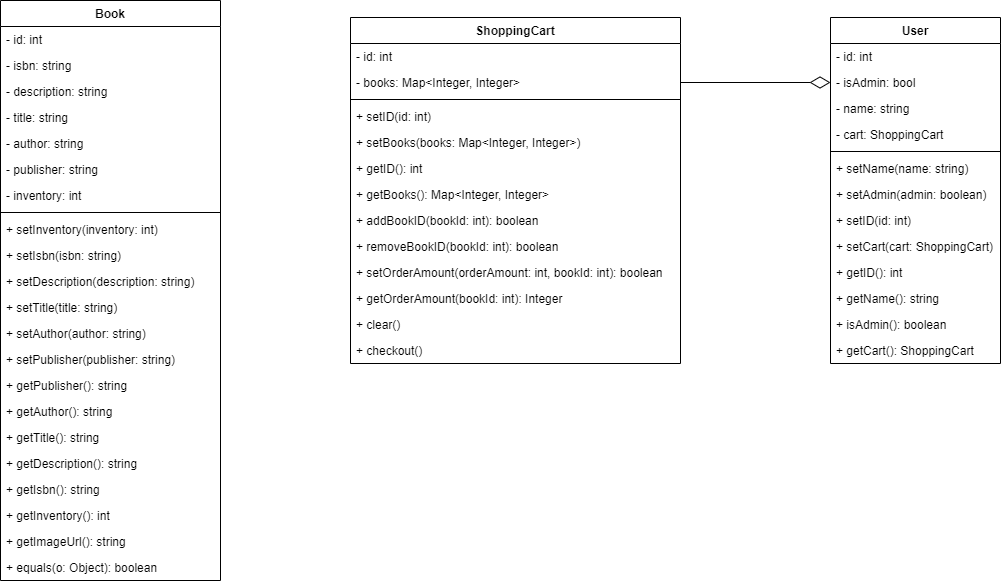
This is doc/class_diagram.png from CarletonU-2223-SAV/SYSC4806-Project, a draw.io export, as it was before one commit. Source tidied: cells renumbered, new cells last; positions are measured from the earlier drawing's top-left corner, leaving out a move shared by most shapes.
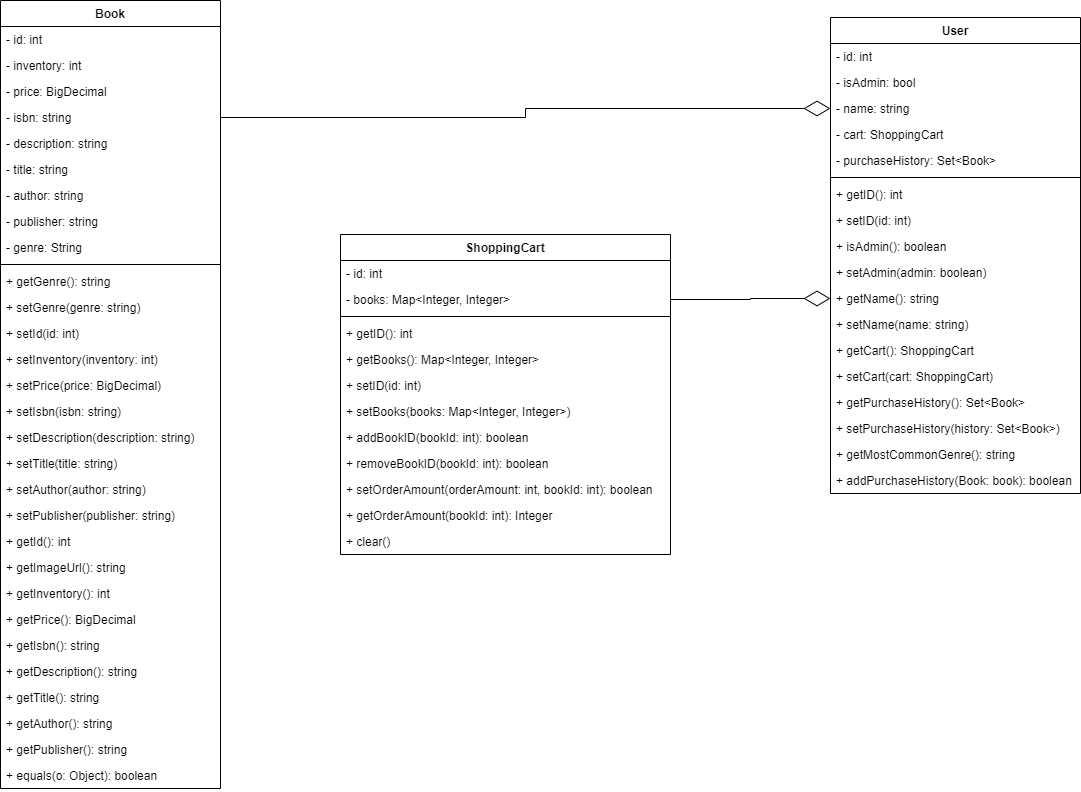
Later version of the same file.

Commit message:
Update readme and diagrams for milestone 2 (#43)

Change to the diagram source:
```diff
@@ -5,3 +5,3 @@
     <mxCell id="2" value="Book" style="swimlane;fontStyle=1;align=center;verticalAlign=top;horizontal=1;startSize=26;" parent="1" vertex="1">
-      <mxGeometry width="220" height="580" as="geometry" />
+      <mxGeometry width="220" height="788" as="geometry" />
     </mxCell>
@@ -10,67 +10,91 @@
     </mxCell>
+    <mxCell id="9" value="- inventory: int" style="text;strokeColor=none;fillColor=none;align=left;verticalAlign=top;spacingLeft=4;spacingRight=4;overflow=hidden;" parent="2" vertex="1">
+      <mxGeometry y="52" width="220" height="26" as="geometry" />
+    </mxCell>
+    <mxCell id="54" value="- price: BigDecimal" style="text;strokeColor=none;fillColor=none;align=left;verticalAlign=top;spacingLeft=4;spacingRight=4;overflow=hidden;" parent="2" vertex="1">
+      <mxGeometry y="78" width="220" height="26" as="geometry" />
+    </mxCell>
     <mxCell id="4" value="- isbn: string" style="text;strokeColor=none;fillColor=none;align=left;verticalAlign=top;spacingLeft=4;spacingRight=4;overflow=hidden;points=[[0,0.5],[1,0.5]];portConstraint=eastwest;" parent="2" vertex="1">
-      <mxGeometry y="52" width="220" height="26" as="geometry" />
+      <mxGeometry y="104" width="220" height="26" as="geometry" />
     </mxCell>
     <mxCell id="5" value="- description: string" style="text;strokeColor=none;fillColor=none;align=left;verticalAlign=top;spacingLeft=4;spacingRight=4;overflow=hidden;" parent="2" vertex="1">
-      <mxGeometry y="78" width="220" height="26" as="geometry" />
+      <mxGeometry y="130" width="220" height="26" as="geometry" />
     </mxCell>
     <mxCell id="6" value="- title: string" style="text;strokeColor=none;fillColor=none;align=left;verticalAlign=top;spacingLeft=4;spacingRight=4;overflow=hidden;" parent="2" vertex="1">
-      <mxGeometry y="104" width="220" height="26" as="geometry" />
+      <mxGeometry y="156" width="220" height="26" as="geometry" />
     </mxCell>
     <mxCell id="7" value="- author: string" style="text;strokeColor=none;fillColor=none;align=left;verticalAlign=top;spacingLeft=4;spacingRight=4;overflow=hidden;" parent="2" vertex="1">
-      <mxGeometry y="130" width="220" height="26" as="geometry" />
+      <mxGeometry y="182" width="220" height="26" as="geometry" />
     </mxCell>
     <mxCell id="8" value="- publisher: string" style="text;strokeColor=none;fillColor=none;align=left;verticalAlign=top;spacingLeft=4;spacingRight=4;overflow=hidden;" parent="2" vertex="1">
-      <mxGeometry y="156" width="220" height="26" as="geometry" />
+      <mxGeometry y="208" width="220" height="26" as="geometry" />
     </mxCell>
-    <mxCell id="9" value="- inventory: int" style="text;strokeColor=none;fillColor=none;align=left;verticalAlign=top;spacingLeft=4;spacingRight=4;overflow=hidden;" parent="2" vertex="1">
-      <mxGeometry y="182" width="220" height="26" as="geometry" />
-    </mxCell>
+    <mxCell id="55" value="- genre: String" style="text;strokeColor=none;fillColor=none;align=left;verticalAlign=top;spacingLeft=4;spacingRight=4;overflow=hidden;" parent="2" vertex="1">
+      <mxGeometry y="234" width="220" height="26" as="geometry" />
+    </mxCell>
     <mxCell id="10" style="line;strokeWidth=1;fillColor=none;align=left;verticalAlign=middle;spacingTop=-1;spacingLeft=3;spacingRight=3;labelPosition=right;" parent="2" vertex="1">
-      <mxGeometry y="208" width="220" height="8" as="geometry" />
+      <mxGeometry y="260" width="220" height="8" as="geometry" />
     </mxCell>
+    <mxCell id="56" value="+ getGenre(): string" style="text;strokeColor=none;fillColor=none;align=left;verticalAlign=top;spacingLeft=4;spacingRight=4;overflow=hidden;" parent="2" vertex="1">
+      <mxGeometry y="268" width="220" height="26" as="geometry" />
+    </mxCell>
+    <mxCell id="57" value="+ setGenre(genre: string)" style="text;strokeColor=none;fillColor=none;align=left;verticalAlign=top;spacingLeft=4;spacingRight=4;overflow=hidden;" parent="2" vertex="1">
+      <mxGeometry y="294" width="220" height="26" as="geometry" />
+    </mxCell>
+    <mxCell id="58" value="+ setId(id: int)" style="text;strokeColor=none;fillColor=none;align=left;verticalAlign=top;spacingLeft=4;spacingRight=4;overflow=hidden;" parent="2" vertex="1">
+      <mxGeometry y="320" width="220" height="26" as="geometry" />
+    </mxCell>
     <mxCell id="11" value="+ setInventory(inventory: int)" style="text;strokeColor=none;fillColor=none;align=left;verticalAlign=top;spacingLeft=4;spacingRight=4;overflow=hidden;" parent="2" vertex="1">
-      <mxGeometry y="216" width="220" height="26" as="geometry" />
+      <mxGeometry y="346" width="220" height="26" as="geometry" />
     </mxCell>
+    <mxCell id="59" value="+ setPrice(price: BigDecimal)" style="text;strokeColor=none;fillColor=none;align=left;verticalAlign=top;spacingLeft=4;spacingRight=4;overflow=hidden;" parent="2" vertex="1">
+      <mxGeometry y="372" width="220" height="26" as="geometry" />
+    </mxCell>
     <mxCell id="12" value="+ setIsbn(isbn: string)" style="text;strokeColor=none;fillColor=none;align=left;verticalAlign=top;spacingLeft=4;spacingRight=4;overflow=hidden;" parent="2" vertex="1">
-      <mxGeometry y="242" width="220" height="26" as="geometry" />
+      <mxGeometry y="398" width="220" height="26" as="geometry" />
     </mxCell>
     <mxCell id="13" value="+ setDescription(description: string)" style="text;strokeColor=none;fillColor=none;align=left;verticalAlign=top;spacingLeft=4;spacingRight=4;overflow=hidden;" parent="2" vertex="1">
-      <mxGeometry y="268" width="220" height="26" as="geometry" />
+      <mxGeometry y="424" width="220" height="26" as="geometry" />
     </mxCell>
     <mxCell id="14" value="+ setTitle(title: string)" style="text;strokeColor=none;fillColor=none;align=left;verticalAlign=top;spacingLeft=4;spacingRight=4;overflow=hidden;" parent="2" vertex="1">
-      <mxGeometry y="294" width="220" height="26" as="geometry" />
+      <mxGeometry y="450" width="220" height="26" as="geometry" />
     </mxCell>
     <mxCell id="15" value="+ setAuthor(author: string)" style="text;strokeColor=none;fillColor=none;align=left;verticalAlign=top;spacingLeft=4;spacingRight=4;overflow=hidden;" parent="2" vertex="1">
-      <mxGeometry y="320" width="220" height="26" as="geometry" />
+      <mxGeometry y="476" width="220" height="26" as="geometry" />
     </mxCell>
     <mxCell id="16" value="+ setPublisher(publisher: string)" style="text;strokeColor=none;fillColor=none;align=left;verticalAlign=top;spacingLeft=4;spacingRight=4;overflow=hidden;" parent="2" vertex="1">
-      <mxGeometry y="346" width="220" height="26" as="geometry" />
+      <mxGeometry y="502" width="220" height="26" as="geometry" />
     </mxCell>
+    <mxCell id="60" value="+ getId(): int" style="text;strokeColor=none;fillColor=none;align=left;verticalAlign=top;spacingLeft=4;spacingRight=4;overflow=hidden;" parent="2" vertex="1">
+      <mxGeometry y="528" width="220" height="26" as="geometry" />
+    </mxCell>
+    <mxCell id="23" value="+ getImageUrl(): string" style="text;strokeColor=none;fillColor=none;align=left;verticalAlign=top;spacingLeft=4;spacingRight=4;overflow=hidden;" parent="2" vertex="1">
+      <mxGeometry y="554" width="220" height="26" as="geometry" />
+    </mxCell>
+    <mxCell id="22" value="+ getInventory(): int" style="text;strokeColor=none;fillColor=none;align=left;verticalAlign=top;spacingLeft=4;spacingRight=4;overflow=hidden;" parent="2" vertex="1">
+      <mxGeometry y="580" width="220" height="26" as="geometry" />
+    </mxCell>
+    <mxCell id="61" value="+ getPrice(): BigDecimal" style="text;strokeColor=none;fillColor=none;align=left;verticalAlign=top;spacingLeft=4;spacingRight=4;overflow=hidden;" parent="2" vertex="1">
+      <mxGeometry y="606" width="220" height="26" as="geometry" />
+    </mxCell>
+    <mxCell id="21" value="+ getIsbn(): string" style="text;strokeColor=none;fillColor=none;align=left;verticalAlign=top;spacingLeft=4;spacingRight=4;overflow=hidden;" parent="2" vertex="1">
+      <mxGeometry y="632" width="220" height="26" as="geometry" />
+    </mxCell>
+    <mxCell id="20" value="+ getDescription(): string" style="text;strokeColor=none;fillColor=none;align=left;verticalAlign=top;spacingLeft=4;spacingRight=4;overflow=hidden;" parent="2" vertex="1">
+      <mxGeometry y="658" width="220" height="26" as="geometry" />
+    </mxCell>
+    <mxCell id="19" value="+ getTitle(): string" style="text;strokeColor=none;fillColor=none;align=left;verticalAlign=top;spacingLeft=4;spacingRight=4;overflow=hidden;" parent="2" vertex="1">
+      <mxGeometry y="684" width="220" height="26" as="geometry" />
+    </mxCell>
+    <mxCell id="18" value="+ getAuthor(): string" style="text;strokeColor=none;fillColor=none;align=left;verticalAlign=top;spacingLeft=4;spacingRight=4;overflow=hidden;" parent="2" vertex="1">
+      <mxGeometry y="710" width="220" height="26" as="geometry" />
+    </mxCell>
     <mxCell id="17" value="+ getPublisher(): string" style="text;strokeColor=none;fillColor=none;align=left;verticalAlign=top;spacingLeft=4;spacingRight=4;overflow=hidden;" parent="2" vertex="1">
-      <mxGeometry y="372" width="220" height="26" as="geometry" />
+      <mxGeometry y="736" width="220" height="26" as="geometry" />
     </mxCell>
-    <mxCell id="18" value="+ getAuthor(): string" style="text;strokeColor=none;fillColor=none;align=left;verticalAlign=top;spacingLeft=4;spacingRight=4;overflow=hidden;" parent="2" vertex="1">
-      <mxGeometry y="398" width="220" height="26" as="geometry" />
-    </mxCell>
-    <mxCell id="19" value="+ getTitle(): string" style="text;strokeColor=none;fillColor=none;align=left;verticalAlign=top;spacingLeft=4;spacingRight=4;overflow=hidden;" parent="2" vertex="1">
-      <mxGeometry y="424" width="220" height="26" as="geometry" />
-    </mxCell>
-    <mxCell id="20" value="+ getDescription(): string" style="text;strokeColor=none;fillColor=none;align=left;verticalAlign=top;spacingLeft=4;spacingRight=4;overflow=hidden;" parent="2" vertex="1">
-      <mxGeometry y="450" width="220" height="26" as="geometry" />
-    </mxCell>
-    <mxCell id="21" value="+ getIsbn(): string" style="text;strokeColor=none;fillColor=none;align=left;verticalAlign=top;spacingLeft=4;spacingRight=4;overflow=hidden;" parent="2" vertex="1">
-      <mxGeometry y="476" width="220" height="26" as="geometry" />
-    </mxCell>
-    <mxCell id="22" value="+ getInventory(): int" style="text;strokeColor=none;fillColor=none;align=left;verticalAlign=top;spacingLeft=4;spacingRight=4;overflow=hidden;" parent="2" vertex="1">
-      <mxGeometry y="502" width="220" height="26" as="geometry" />
-    </mxCell>
-    <mxCell id="23" value="+ getImageUrl(): string" style="text;strokeColor=none;fillColor=none;align=left;verticalAlign=top;spacingLeft=4;spacingRight=4;overflow=hidden;" parent="2" vertex="1">
-      <mxGeometry y="528" width="220" height="26" as="geometry" />
-    </mxCell>
     <mxCell id="24" value="+ equals(o: Object): boolean" style="text;strokeColor=none;fillColor=none;align=left;verticalAlign=top;spacingLeft=4;spacingRight=4;overflow=hidden;" parent="2" vertex="1">
-      <mxGeometry y="554" width="220" height="26" as="geometry" />
+      <mxGeometry y="762" width="220" height="26" as="geometry" />
     </mxCell>
     <mxCell id="25" value="ShoppingCart" style="swimlane;fontStyle=1;align=center;verticalAlign=top;horizontal=1;startSize=26;" parent="1" vertex="1">
-      <mxGeometry x="350" y="17" width="330" height="346" as="geometry" />
+      <mxGeometry x="340" y="234" width="330" height="320" as="geometry" />
     </mxCell>
@@ -85,14 +109,14 @@
     </mxCell>
+    <mxCell id="31" value="+ getID(): int" style="text;strokeColor=none;fillColor=none;align=left;verticalAlign=top;spacingLeft=4;spacingRight=4;overflow=hidden;" parent="25" vertex="1">
+      <mxGeometry y="86" width="330" height="26" as="geometry" />
+    </mxCell>
+    <mxCell id="32" value="+ getBooks(): Map&lt;Integer, Integer&gt;" style="text;strokeColor=none;fillColor=none;align=left;verticalAlign=top;spacingLeft=4;spacingRight=4;overflow=hidden;" parent="25" vertex="1">
+      <mxGeometry y="112" width="330" height="26" as="geometry" />
+    </mxCell>
     <mxCell id="29" value="+ setID(id: int)" style="text;strokeColor=none;fillColor=none;align=left;verticalAlign=top;spacingLeft=4;spacingRight=4;overflow=hidden;" parent="25" vertex="1">
-      <mxGeometry y="86" width="330" height="26" as="geometry" />
+      <mxGeometry y="138" width="330" height="26" as="geometry" />
     </mxCell>
     <mxCell id="30" value="+ setBooks(books: Map&lt;Integer, Integer&gt;)" style="text;strokeColor=none;fillColor=none;align=left;verticalAlign=top;spacingLeft=4;spacingRight=4;overflow=hidden;" parent="25" vertex="1">
-      <mxGeometry y="112" width="330" height="26" as="geometry" />
+      <mxGeometry y="164" width="330" height="26" as="geometry" />
     </mxCell>
-    <mxCell id="31" value="+ getID(): int" style="text;strokeColor=none;fillColor=none;align=left;verticalAlign=top;spacingLeft=4;spacingRight=4;overflow=hidden;" parent="25" vertex="1">
-      <mxGeometry y="138" width="330" height="26" as="geometry" />
-    </mxCell>
-    <mxCell id="32" value="+ getBooks(): Map&lt;Integer, Integer&gt;" style="text;strokeColor=none;fillColor=none;align=left;verticalAlign=top;spacingLeft=4;spacingRight=4;overflow=hidden;" parent="25" vertex="1">
-      <mxGeometry y="164" width="330" height="26" as="geometry" />
-    </mxCell>
     <mxCell id="33" value="+ addBookID(bookId: int): boolean" style="text;strokeColor=none;fillColor=none;align=left;verticalAlign=top;spacingLeft=4;spacingRight=4;overflow=hidden;" parent="25" vertex="1">
@@ -112,50 +136,65 @@
     </mxCell>
-    <mxCell id="38" value="+ checkout()" style="text;strokeColor=none;fillColor=none;align=left;verticalAlign=top;spacingLeft=4;spacingRight=4;overflow=hidden;" parent="25" vertex="1">
-      <mxGeometry y="320" width="330" height="26" as="geometry" />
-    </mxCell>
     <mxCell id="39" value="User" style="swimlane;fontStyle=1;align=center;verticalAlign=top;horizontal=1;startSize=26;" parent="1" vertex="1">
-      <mxGeometry x="830" y="17" width="170" height="346" as="geometry" />
+      <mxGeometry x="830" y="17" width="250" height="476" as="geometry" />
     </mxCell>
     <mxCell id="40" value="- id: int" style="text;strokeColor=none;fillColor=none;align=left;verticalAlign=top;spacingLeft=4;spacingRight=4;overflow=hidden;" parent="39" vertex="1">
-      <mxGeometry y="26" width="170" height="26" as="geometry" />
+      <mxGeometry y="26" width="250" height="26" as="geometry" />
     </mxCell>
     <mxCell id="41" value="- isAdmin: bool" style="text;strokeColor=none;fillColor=none;align=left;verticalAlign=top;spacingLeft=4;spacingRight=4;overflow=hidden;points=[[0,0.5],[1,0.5]];portConstraint=eastwest;" parent="39" vertex="1">
-      <mxGeometry y="52" width="170" height="26" as="geometry" />
+      <mxGeometry y="52" width="250" height="26" as="geometry" />
     </mxCell>
     <mxCell id="42" value="- name: string" style="text;strokeColor=none;fillColor=none;align=left;verticalAlign=top;spacingLeft=4;spacingRight=4;overflow=hidden;points=[[0,0.5],[1,0.5]];portConstraint=eastwest;" parent="39" vertex="1">
-      <mxGeometry y="78" width="170" height="26" as="geometry" />
+      <mxGeometry y="78" width="250" height="26" as="geometry" />
     </mxCell>
     <mxCell id="43" value="- cart: ShoppingCart" style="text;strokeColor=none;fillColor=none;align=left;verticalAlign=top;spacingLeft=4;spacingRight=4;overflow=hidden;" parent="39" vertex="1">
-      <mxGeometry y="104" width="170" height="26" as="geometry" />
+      <mxGeometry y="104" width="250" height="26" as="geometry" />
     </mxCell>
+    <mxCell id="62" value="- purchaseHistory: Set&lt;Book&gt;" style="text;strokeColor=none;fillColor=none;align=left;verticalAlign=top;spacingLeft=4;spacingRight=4;overflow=hidden;" parent="39" vertex="1">
+      <mxGeometry y="130" width="250" height="26" as="geometry" />
+    </mxCell>
     <mxCell id="44" style="line;strokeWidth=1;fillColor=none;align=left;verticalAlign=middle;spacingTop=-1;spacingLeft=3;spacingRight=3;labelPosition=right;" parent="39" vertex="1">
-      <mxGeometry y="130" width="170" height="8" as="geometry" />
+      <mxGeometry y="156" width="250" height="8" as="geometry" />
     </mxCell>
+    <mxCell id="49" value="+ getID(): int" style="text;strokeColor=none;fillColor=none;align=left;verticalAlign=top;spacingLeft=4;spacingRight=4;overflow=hidden;" parent="39" vertex="1">
+      <mxGeometry y="164" width="250" height="26" as="geometry" />
+    </mxCell>
+    <mxCell id="47" value="+ setID(id: int)" style="text;strokeColor=none;fillColor=none;align=left;verticalAlign=top;spacingLeft=4;spacingRight=4;overflow=hidden;" parent="39" vertex="1">
+      <mxGeometry y="190" width="250" height="26" as="geometry" />
+    </mxCell>
+    <mxCell id="51" value="+ isAdmin(): boolean" style="text;strokeColor=none;fillColor=none;align=left;verticalAlign=top;spacingLeft=4;spacingRight=4;overflow=hidden;" parent="39" vertex="1">
+      <mxGeometry y="216" width="250" height="26" as="geometry" />
+    </mxCell>
+    <mxCell id="46" value="+ setAdmin(admin: boolean)" style="text;strokeColor=none;fillColor=none;align=left;verticalAlign=top;spacingLeft=4;spacingRight=4;overflow=hidden;" parent="39" vertex="1">
+      <mxGeometry y="242" width="250" height="26" as="geometry" />
+    </mxCell>
+    <mxCell id="50" value="+ getName(): string" style="text;strokeColor=none;fillColor=none;align=left;verticalAlign=top;spacingLeft=4;spacingRight=4;overflow=hidden;points=[[0,0.5],[1,0.5]];portConstraint=eastwest;" parent="39" vertex="1">
+      <mxGeometry y="268" width="250" height="26" as="geometry" />
+    </mxCell>
     <mxCell id="45" value="+ setName(name: string)" style="text;strokeColor=none;fillColor=none;align=left;verticalAlign=top;spacingLeft=4;spacingRight=4;overflow=hidden;" parent="39" vertex="1">
-      <mxGeometry y="138" width="170" height="26" as="geometry" />
+      <mxGeometry y="294" width="250" height="26" as="geometry" />
     </mxCell>
-    <mxCell id="46" value="+ setAdmin(admin: boolean)" style="text;strokeColor=none;fillColor=none;align=left;verticalAlign=top;spacingLeft=4;spacingRight=4;overflow=hidden;" parent="39" vertex="1">
-      <mxGeometry y="164" width="170" height="26" as="geometry" />
-    </mxCell>
-    <mxCell id="47" value="+ setID(id: int)" style="text;strokeColor=none;fillColor=none;align=left;verticalAlign=top;spacingLeft=4;spacingRight=4;overflow=hidden;" parent="39" vertex="1">
-      <mxGeometry y="190" width="170" height="26" as="geometry" />
-    </mxCell>
+    <mxCell id="52" value="+ getCart(): ShoppingCart" style="text;strokeColor=none;fillColor=none;align=left;verticalAlign=top;spacingLeft=4;spacingRight=4;overflow=hidden;" parent="39" vertex="1">
+      <mxGeometry y="320" width="250" height="26" as="geometry" />
+    </mxCell>
     <mxCell id="48" value="+ setCart(cart: ShoppingCart)" style="text;strokeColor=none;fillColor=none;align=left;verticalAlign=top;spacingLeft=4;spacingRight=4;overflow=hidden;" parent="39" vertex="1">
-      <mxGeometry y="216" width="170" height="26" as="geometry" />
+      <mxGeometry y="346" width="250" height="26" as="geometry" />
     </mxCell>
-    <mxCell id="49" value="+ getID(): int" style="text;strokeColor=none;fillColor=none;align=left;verticalAlign=top;spacingLeft=4;spacingRight=4;overflow=hidden;" parent="39" vertex="1">
-      <mxGeometry y="242" width="170" height="26" as="geometry" />
-    </mxCell>
-    <mxCell id="50" value="+ getName(): string" style="text;strokeColor=none;fillColor=none;align=left;verticalAlign=top;spacingLeft=4;spacingRight=4;overflow=hidden;points=[[0,0.5],[1,0.5]];portConstraint=eastwest;" parent="39" vertex="1">
-      <mxGeometry y="268" width="170" height="26" as="geometry" />
-    </mxCell>
-    <mxCell id="51" value="+ isAdmin(): boolean" style="text;strokeColor=none;fillColor=none;align=left;verticalAlign=top;spacingLeft=4;spacingRight=4;overflow=hidden;" parent="39" vertex="1">
-      <mxGeometry y="294" width="170" height="26" as="geometry" />
-    </mxCell>
-    <mxCell id="52" value="+ getCart(): ShoppingCart" style="text;strokeColor=none;fillColor=none;align=left;verticalAlign=top;spacingLeft=4;spacingRight=4;overflow=hidden;" parent="39" vertex="1">
-      <mxGeometry y="320" width="170" height="26" as="geometry" />
-    </mxCell>
-    <mxCell id="53" style="edgeStyle=orthogonalEdgeStyle;rounded=0;jettySize=auto;html=1;exitX=1;exitY=0.5;exitDx=0;exitDy=0;entryX=0;entryY=0.5;entryDx=0;entryDy=0;endArrow=diamondThin;endFill=0;startArrow=none;startFill=0;fontSize=21;strokeWidth=1;endSize=18;targetPerimeterSpacing=0;startSize=6;" parent="1" edge="1" source="27" target="41">
-      <mxGeometry relative="1" as="geometry" />
-    </mxCell>
+    <mxCell id="63" value="+ getPurchaseHistory(): Set&lt;Book&gt;" style="text;strokeColor=none;fillColor=none;align=left;verticalAlign=top;spacingLeft=4;spacingRight=4;overflow=hidden;" parent="39" vertex="1">
+      <mxGeometry y="372" width="250" height="26" as="geometry" />
+    </mxCell>
+    <mxCell id="64" value="+ setPurchaseHistory(history: Set&lt;Book&gt;)" style="text;strokeColor=none;fillColor=none;align=left;verticalAlign=top;spacingLeft=4;spacingRight=4;overflow=hidden;" parent="39" vertex="1">
+      <mxGeometry y="398" width="250" height="26" as="geometry" />
+    </mxCell>
+    <mxCell id="65" value="+ getMostCommonGenre(): string" style="text;strokeColor=none;fillColor=none;align=left;verticalAlign=top;spacingLeft=4;spacingRight=4;overflow=hidden;" parent="39" vertex="1">
+      <mxGeometry y="424" width="250" height="26" as="geometry" />
+    </mxCell>
+    <mxCell id="66" value="+ addPurchaseHistory(Book: book): boolean" style="text;strokeColor=none;fillColor=none;align=left;verticalAlign=top;spacingLeft=4;spacingRight=4;overflow=hidden;" parent="39" vertex="1">
+      <mxGeometry y="450" width="250" height="26" as="geometry" />
+    </mxCell>
+    <mxCell id="67" style="endArrow=diamondThin;endFill=0;endSize=24;html=1;rounded=0;entryX=0;entryY=0.5;entryDx=0;entryDy=0;exitX=1;exitY=0.5;exitDx=0;exitDy=0;edgeStyle=orthogonalEdgeStyle;" parent="1" edge="1" source="4" target="42">
+      <mxGeometry relative="1" as="geometry" />
+    </mxCell>
+    <mxCell id="68" style="endArrow=diamondThin;endFill=0;endSize=24;html=1;rounded=0;exitX=1;exitY=0.5;exitDx=0;exitDy=0;edgeStyle=orthogonalEdgeStyle;entryX=0;entryY=0.5;entryDx=0;entryDy=0;" parent="1" edge="1" source="27" target="50">
+      <mxGeometry relative="1" as="geometry" />
+    </mxCell>
   </root>
```
